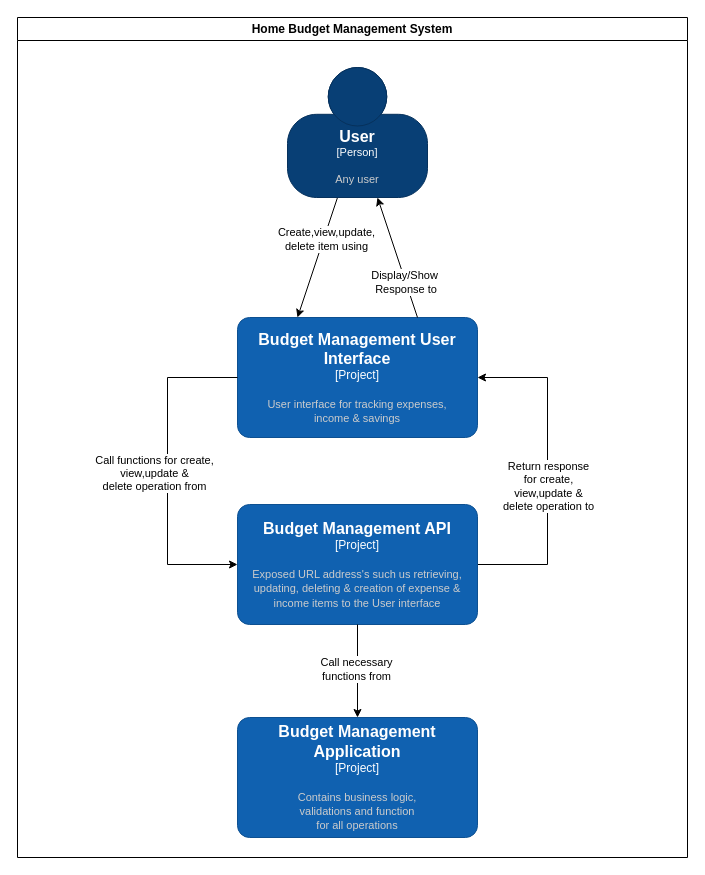
Before: page "Context Diagram" (1 of 4) of Diagram/C4 Model/Home Budget Management Architecture Diagram.drawio in k3lvindre/HomeBudgetManagement, a draw.io diagram. Source tidied: cells renumbered, new cells numbered last; positions are measured from the earlier drawing's top-left corner, leaving out a move shared by most shapes. Both pictures are drawn from the tidied source at 100%, with x=0, y=0 at pixel (17, 17).
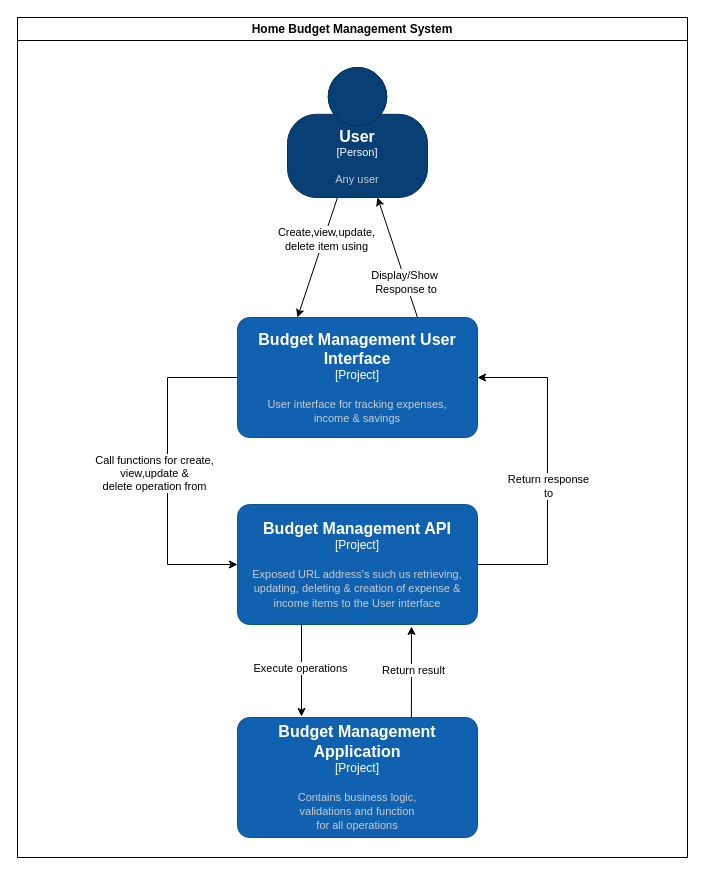
After the change.

The change refers to these unchanged cells:
```xml
<mxCell id="7" style="endArrow=classic;html=1;rounded=0;exitX=1;exitY=0.5;exitDx=0;exitDy=0;exitPerimeter=0;entryX=1;entryY=0.5;entryDx=0;entryDy=0;entryPerimeter=0;" parent="1" edge="1" source="13" target="2">
  <mxGeometry relative="1" as="geometry">
    <Array as="points">
      <mxPoint x="530" y="547" />
      <mxPoint x="530" y="457" />
      <mxPoint x="530" y="360" />
    </Array>
  </mxGeometry>
</mxCell>
<mxCell id="11" value="Home Budget Management System" style="swimlane;whiteSpace=wrap;html=1;" parent="1" vertex="1">
  <mxGeometry width="670" height="840" as="geometry" />
</mxCell>
<object id="13" label="&lt;font style=&quot;font-size: 16px&quot;&gt;&lt;b&gt;%c4Name%&lt;/b&gt;&lt;/font&gt;&lt;div&gt;[%c4Type%]&lt;/div&gt;&lt;br&gt;&lt;div&gt;&lt;font style=&quot;font-size: 11px&quot;&gt;&lt;font color=&quot;#cccccc&quot;&gt;%c4Description%&lt;/font&gt;&lt;/div&gt;" c4Description="Exposed URL address's such us retrieving, updating, deleting &amp; creation of expense &amp; income items to the User interface" c4Name="Budget Management API" c4Type="Project" placeholders="1">
  <mxCell style="rounded=1;whiteSpace=wrap;html=1;labelBackgroundColor=none;fillColor=#1061B0;fontColor=#ffffff;align=center;arcSize=10;strokeColor=#0D5091;points=[[0.25,0,0],[0.5,0,0],[0.75,0,0],[1,0.25,0],[1,0.5,0],[1,0.75,0],[0.75,1,0],[0.5,1,0],[0.25,1,0],[0,0.75,0],[0,0.5,0],[0,0.25,0]];" parent="11" vertex="1">
    <mxGeometry x="220" y="487" width="240" height="120" as="geometry" />
  </mxCell>
</object>
<object id="14" label="&lt;font style=&quot;font-size: 16px&quot;&gt;&lt;b&gt;%c4Name%&lt;/b&gt;&lt;/font&gt;&lt;div&gt;[%c4Type%]&lt;/div&gt;&lt;br&gt;&lt;div&gt;&lt;font style=&quot;font-size: 11px&quot;&gt;&lt;font color=&quot;#cccccc&quot;&gt;%c4Description%&lt;/font&gt;&lt;/div&gt;" c4Description="Contains business logic, &#10;validations and function &#10;for all operations" c4Name="Budget Management Application" c4Type="Project" placeholders="1">
  <mxCell style="rounded=1;whiteSpace=wrap;html=1;labelBackgroundColor=none;fillColor=#1061B0;fontColor=#ffffff;align=center;arcSize=10;strokeColor=#0D5091;points=[[0.25,0,0],[0.5,0,0],[0.75,0,0],[1,0.25,0],[1,0.5,0],[1,0.75,0],[0.75,1,0],[0.5,1,0],[0.25,1,0],[0,0.75,0],[0,0.5,0],[0,0.25,0]];" parent="11" vertex="1">
    <mxGeometry x="220" y="700" width="240" height="120" as="geometry" />
  </mxCell>
</object>
```

The edit, as a diff of the source:
```diff
@@
-    <mxCell id="8" value="Return response&lt;br style=&quot;border-color: var(--border-color);&quot;&gt;for create,&lt;br style=&quot;border-color: var(--border-color);&quot;&gt;view,update &amp;amp;&lt;br style=&quot;border-color: var(--border-color);&quot;&gt;delete operation to" style="edgeLabel;html=1;align=center;verticalAlign=middle;labelBackgroundColor=default;" parent="7" vertex="1">
+    <mxCell id="8" value="Return response&lt;br style=&quot;border-color: var(--border-color);&quot;&gt;to" style="edgeLabel;html=1;align=center;verticalAlign=middle;labelBackgroundColor=default;" parent="7" vertex="1">
       <mxGeometry x="-0.44" y="-1" relative="1" as="geometry">
         <mxPoint x="-1" y="-57" as="offset" />
       </mxGeometry>
     </mxCell>
@@
-    <mxCell id="15" style="endArrow=classic;html=1;rounded=0;exitX=0.5;exitY=1;exitDx=0;exitDy=0;exitPerimeter=0;entryX=0.5;entryY=0;entryDx=0;entryDy=0;entryPerimeter=0;" parent="11" edge="1" source="13" target="14">
-      <mxGeometry relative="1" as="geometry" />
+    <mxCell id="15" style="endArrow=classic;html=1;rounded=0;exitX=0.5;exitY=1;exitDx=0;exitDy=0;exitPerimeter=0;entryX=0.5;entryY=0;entryDx=0;entryDy=0;entryPerimeter=0;" parent="11" edge="1">
+      <mxGeometry relative="1" as="geometry">
+        <mxPoint x="284" y="606" as="sourcePoint" />
+        <mxPoint x="284" y="699" as="targetPoint" />
+      </mxGeometry>
     </mxCell>
-    <mxCell id="16" value="Call necessary &lt;br&gt;functions from" style="edgeLabel;html=1;align=center;verticalAlign=middle;" parent="15" vertex="1">
+    <mxCell id="16" value="Execute operations" style="edgeLabel;html=1;align=center;verticalAlign=middle;" parent="15" vertex="1">
       <mxGeometry x="-0.05" y="-2" relative="1" as="geometry" />
     </mxCell>
+    <mxCell id="17" style="endArrow=classic;html=1;rounded=0;exitX=0.708;exitY=0.008;exitDx=0;exitDy=0;exitPerimeter=0;" parent="1" edge="1">
+      <mxGeometry relative="1" as="geometry">
+        <mxPoint x="393.9" y="700" as="sourcePoint" />
+        <mxPoint x="394" y="609" as="targetPoint" />
+      </mxGeometry>
+    </mxCell>
+    <mxCell id="18" value="Return result" style="edgeLabel;html=1;align=center;verticalAlign=middle;" parent="17" vertex="1">
+      <mxGeometry x="-0.05" y="-2" relative="1" as="geometry">
+        <mxPoint y="-5" as="offset" />
+      </mxGeometry>
+    </mxCell>
```
